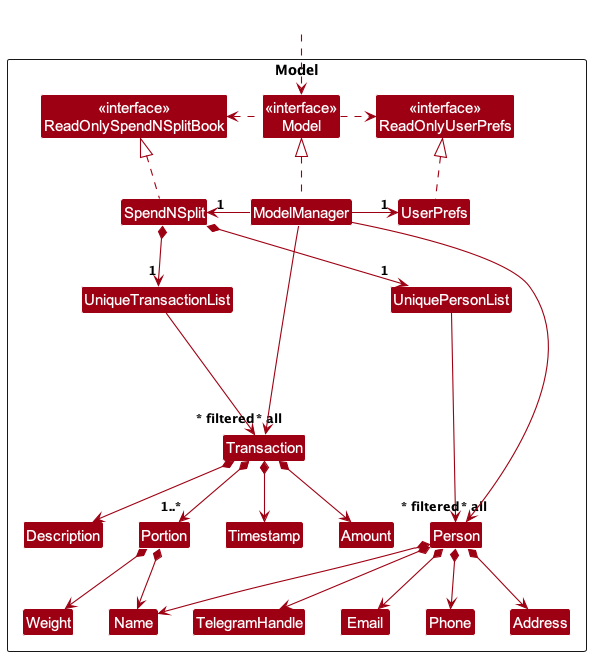
wui-hong/tp keeps this PlantUML diagram as docs/images/ModelClassDiagram.png. Above is the earlier version.
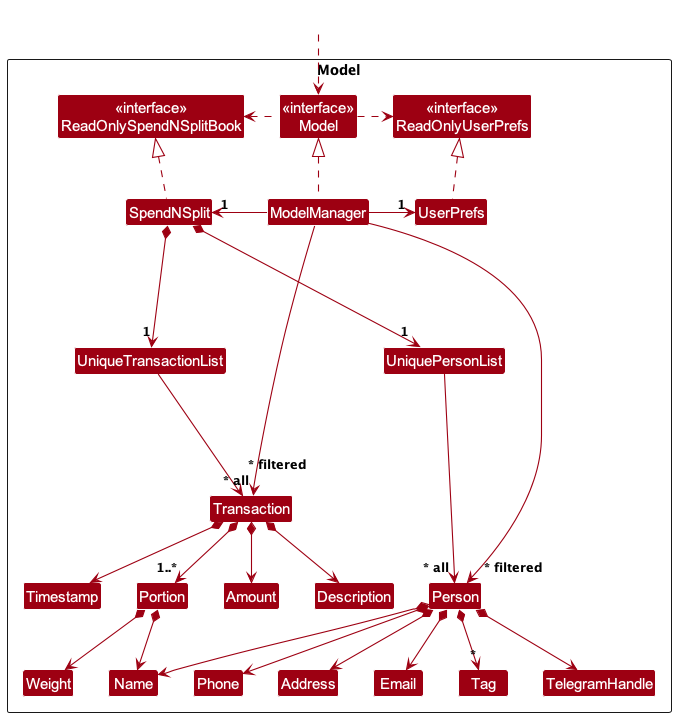
After the change.

Commit message:
Fix errors in DG model image

Diff of the diagram source:
```diff
@@ -19,6 +19,7 @@
 Class Name
 Class Phone
 Class TelegramHandle
+Class Tag
 
 Class UniqueTransactionList
 Class Transaction
@@ -51,9 +52,10 @@
 Person *--> Email
 Person *--> Address
 Person *--> TelegramHandle
+Person *--> "*" Tag
 
 SpendNSplit *--> "1" UniqueTransactionList
-UniqueTransactionList --> "~* all" Transaction
+UniqueTransactionList --> "~* filtered\n" Transaction
 Transaction *--> Amount
 Transaction *--> Description
 Transaction *--> Timestamp
@@ -71,9 +73,6 @@
 Phone -[hidden]right-> Address
 Address -[hidden]right-> Email
 
-Portion -[hidden]right-> Description
-Portion -[hidden]right-> Amount
-
 ModelManager --> "~* filtered" Person
-ModelManager --> "~* filtered" Transaction
+ModelManager -----> "~* all" Transaction
 @enduml
```
